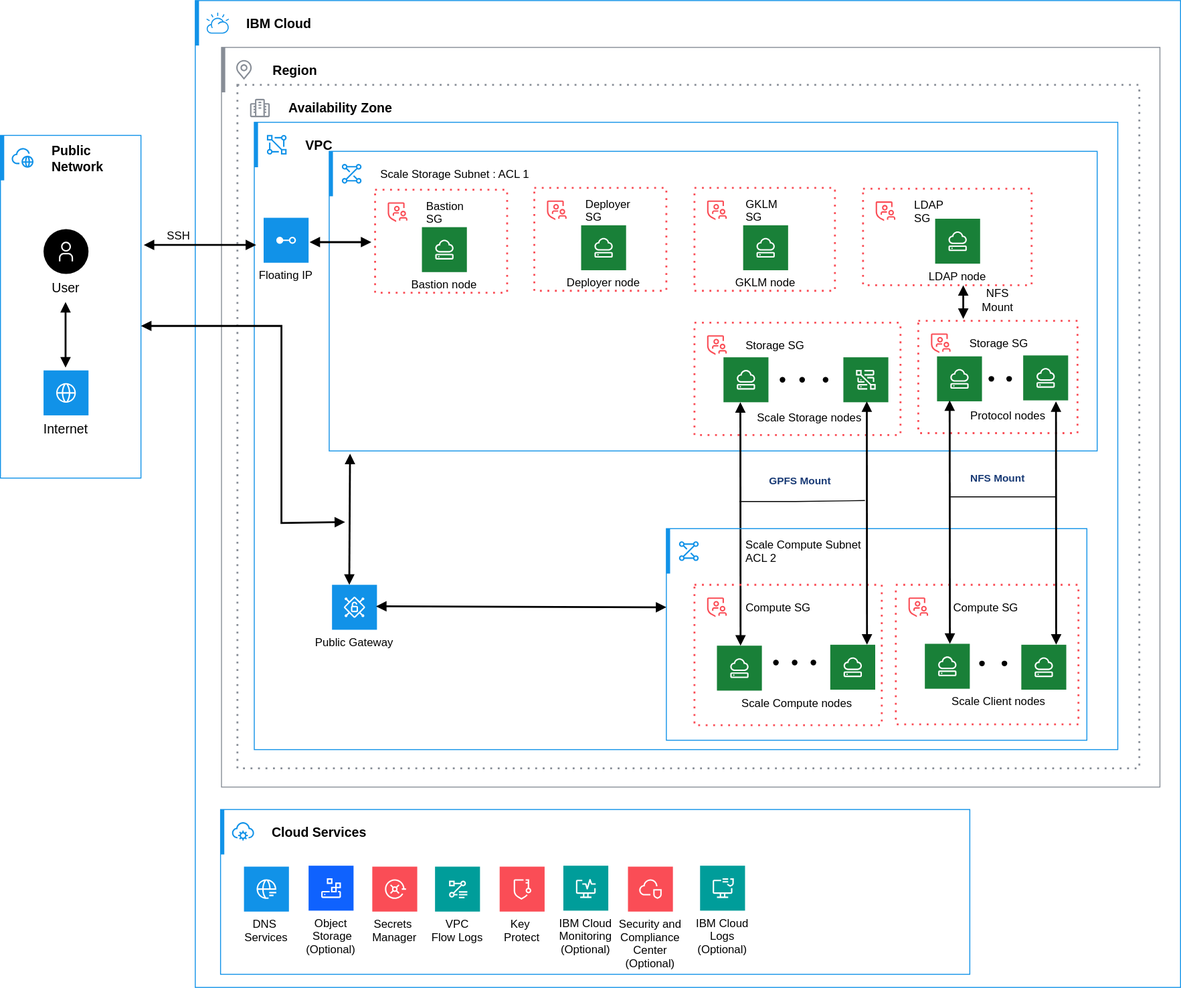
ibm-cloud-docs/storage-scale-da keeps this draw.io diagram as images/scale-arch-diagram-da.svg. Above is the earlier version. Source tidied: cells renumbered, new cells last; positions are measured from the earlier drawing's top-left corner, leaving out a move shared by most shapes.
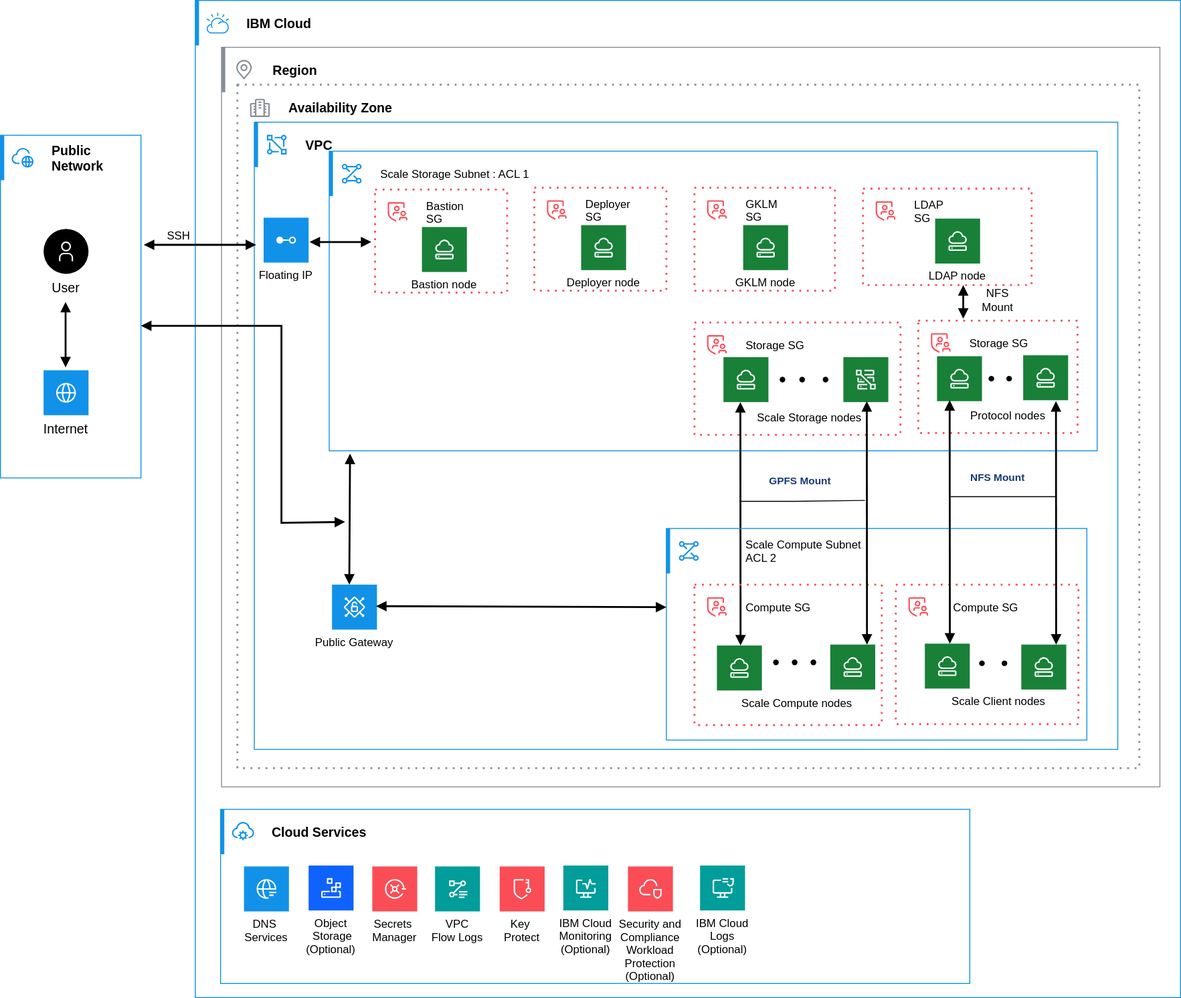
Above is the later version.

Diff of the diagram source:
```diff
@@ -3,7 +3,7 @@
     <mxCell id="0" />
     <mxCell id="1" parent="0" />
     <mxCell id="2" style="html=1;whiteSpace=wrap;strokeColor=#1192E8;fillColor=none;strokeWidth=1;" parent="1" vertex="1">
-      <mxGeometry x="208" width="1052" height="1054" as="geometry" />
+      <mxGeometry x="208" width="1052" height="1065" as="geometry" />
     </mxCell>
     <mxCell id="3" value="IBM Cloud" style="shape=rect;fillColor=none;labelPosition=right;verticalLabelPosition=middle;align=left;verticalAlign=middle;strokeColor=none;spacingLeft=5;fontSize=14;fontStyle=1;" parent="2" vertex="1">
       <mxGeometry width="48" height="48" relative="1" as="geometry" />
@@ -410,7 +410,7 @@
       </mxGeometry>
     </mxCell>
     <mxCell id="101" style="html=1;whiteSpace=wrap;strokeColor=#1192E8;fillColor=none;strokeWidth=1;" parent="2" vertex="1">
-      <mxGeometry x="27" y="864" width="800" height="176" as="geometry" />
+      <mxGeometry x="27" y="864" width="800" height="186" as="geometry" />
     </mxCell>
     <mxCell id="102" value="Cloud Services" style="shape=rect;fillColor=none;labelPosition=right;verticalLabelPosition=middle;align=left;verticalAlign=middle;strokeColor=none;spacingLeft=5;fontSize=14;fontStyle=1;" parent="101" vertex="1">
       <mxGeometry width="48" height="48" relative="1" as="geometry" />
@@ -530,7 +530,7 @@
         <mxPoint x="12" y="12" as="offset" />
       </mxGeometry>
     </mxCell>
-    <mxCell id="129" value="Security and&#10; Compliance &#10;Center&#10;(Optional)" style="shape=rect;fillColor=#FA4D56;labelPosition=center;verticalLabelPosition=bottom;align=center;verticalAlign=top;strokeColor=none;fontSize=12;" parent="1" vertex="1">
+    <mxCell id="129" value="Security and&#10; Compliance &#10;Workload&#10;Protection&#10;(Optional)" style="shape=rect;fillColor=#FA4D56;labelPosition=center;verticalLabelPosition=bottom;align=center;verticalAlign=top;strokeColor=none;fontSize=12;" parent="1" vertex="1">
       <mxGeometry x="670" y="925" width="48" height="48" as="geometry" />
     </mxCell>
     <mxCell id="130" style="fillColor=#ffffff;strokeColor=none;dashed=0;html=1;labelPosition=center;verticalLabelPosition=bottom;verticalAlign=top;shape=mxgraph.ibm_cloud.ibm-cloud--security-compliance-center;" parent="129" vertex="1">
```
